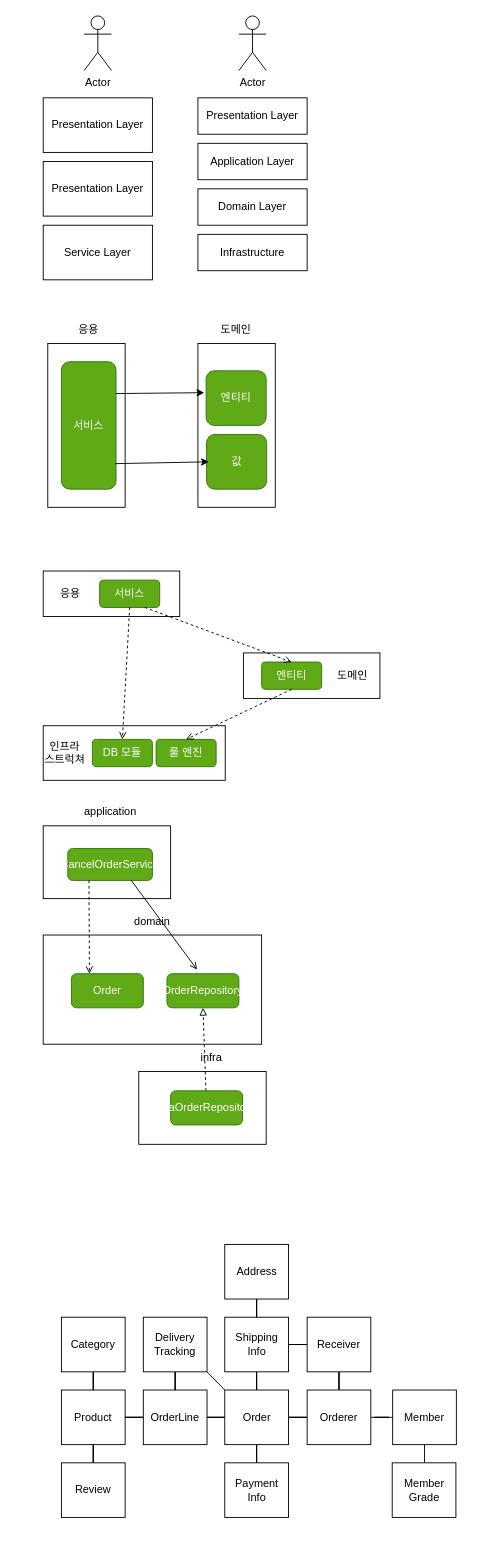
Above: 블로그 참고.drawio in corns90/drawio (draw.io), before the change. Source tidied: cells renumbered, new cells numbered last; positions are measured from the earlier drawing's top-left corner, leaving out a move shared by most shapes. Both pictures are drawn from the tidied source at 91%, with x=0, y=0 at pixel (37, 15).
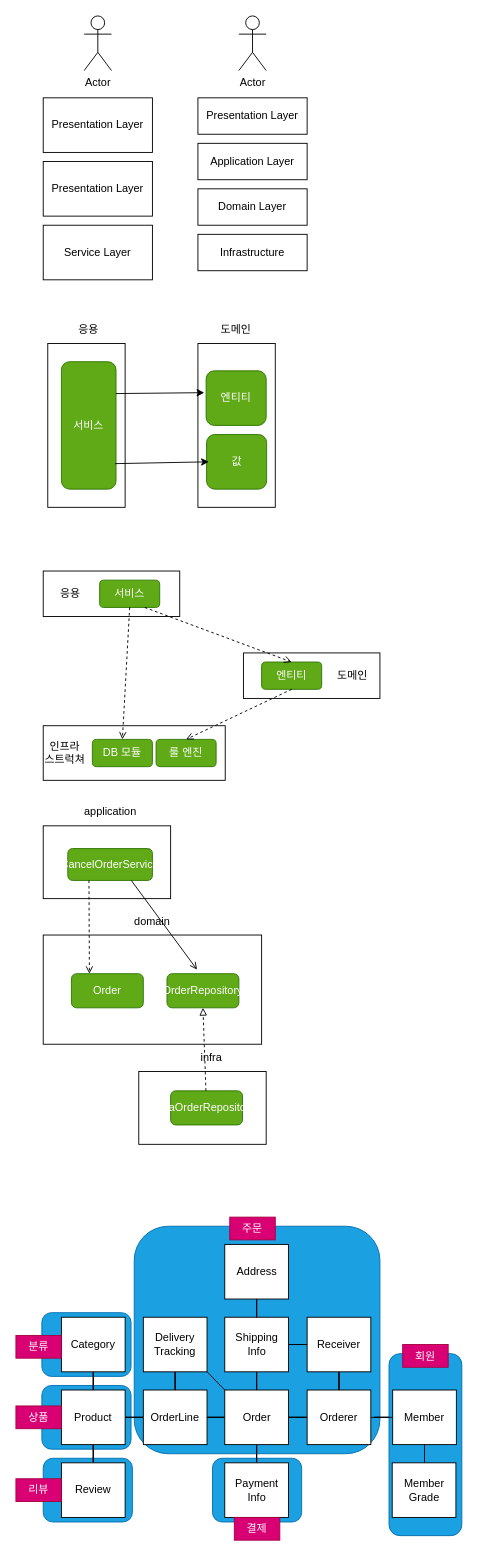
After the change.

Commit message:
블로그 참고.drawio 업데이트

Change to the diagram source:
```diff
@@
+    <mxCell id="73" style="rounded=1;whiteSpace=wrap;html=1;fillColor=#1ba1e2;fontColor=#ffffff;strokeColor=#006EAF;" parent="1" vertex="1">
+      <mxGeometry x="6" y="1585" width="98" height="70" as="geometry" />
+    </mxCell>
+    <mxCell id="74" style="rounded=1;whiteSpace=wrap;html=1;fillColor=#1ba1e2;fontColor=#ffffff;strokeColor=#006EAF;" parent="1" vertex="1">
+      <mxGeometry x="4.5" y="1505" width="98" height="70" as="geometry" />
+    </mxCell>
+    <mxCell id="75" style="rounded=1;whiteSpace=wrap;html=1;fillColor=#1ba1e2;fontColor=#ffffff;strokeColor=#006EAF;" parent="1" vertex="1">
+      <mxGeometry x="4.5" y="1425" width="98" height="70" as="geometry" />
+    </mxCell>
+    <mxCell id="76" style="rounded=1;whiteSpace=wrap;html=1;fillColor=#1ba1e2;fontColor=#ffffff;strokeColor=#006EAF;" parent="1" vertex="1">
+      <mxGeometry x="192" y="1585" width="98" height="70" as="geometry" />
+    </mxCell>
+    <mxCell id="77" style="rounded=1;whiteSpace=wrap;html=1;fillColor=#1ba1e2;fontColor=#ffffff;strokeColor=#006EAF;" parent="1" vertex="1">
+      <mxGeometry x="386" y="1470" width="80" height="200" as="geometry" />
+    </mxCell>
@@
+    <mxCell id="78" style="rounded=1;whiteSpace=wrap;html=1;fillColor=#1ba1e2;fontColor=#ffffff;strokeColor=#006EAF;" parent="1" vertex="1">
+      <mxGeometry x="106" y="1330" width="270" height="250" as="geometry" />
+    </mxCell>
@@
+    <mxCell id="79" value="주문" style="text;html=1;strokeColor=#A50040;fillColor=#d80073;align=center;verticalAlign=middle;whiteSpace=wrap;rounded=0;fontColor=#ffffff;" parent="1" vertex="1">
+      <mxGeometry x="211" y="1320" width="50" height="25" as="geometry" />
+    </mxCell>
+    <mxCell id="80" value="회원" style="text;html=1;strokeColor=#A50040;fillColor=#d80073;align=center;verticalAlign=middle;whiteSpace=wrap;rounded=0;fontColor=#ffffff;" parent="1" vertex="1">
+      <mxGeometry x="401" y="1460" width="50" height="25" as="geometry" />
+    </mxCell>
+    <mxCell id="81" value="분류" style="text;html=1;strokeColor=#A50040;fillColor=#d80073;align=center;verticalAlign=middle;whiteSpace=wrap;rounded=0;fontColor=#ffffff;" parent="1" vertex="1">
+      <mxGeometry x="-24" y="1450" width="50" height="25" as="geometry" />
+    </mxCell>
+    <mxCell id="82" value="상품" style="text;html=1;strokeColor=#A50040;fillColor=#d80073;align=center;verticalAlign=middle;whiteSpace=wrap;rounded=0;fontColor=#ffffff;" parent="1" vertex="1">
+      <mxGeometry x="-24" y="1527.5" width="50" height="25" as="geometry" />
+    </mxCell>
+    <mxCell id="83" value="리뷰" style="text;html=1;strokeColor=#A50040;fillColor=#d80073;align=center;verticalAlign=middle;whiteSpace=wrap;rounded=0;fontColor=#ffffff;" parent="1" vertex="1">
+      <mxGeometry x="-24" y="1607.5" width="50" height="25" as="geometry" />
+    </mxCell>
+    <mxCell id="84" value="결제" style="text;html=1;strokeColor=#A50040;fillColor=#d80073;align=center;verticalAlign=middle;whiteSpace=wrap;rounded=0;fontColor=#ffffff;" parent="1" vertex="1">
+      <mxGeometry x="216" y="1650" width="50" height="25" as="geometry" />
+    </mxCell>
```
